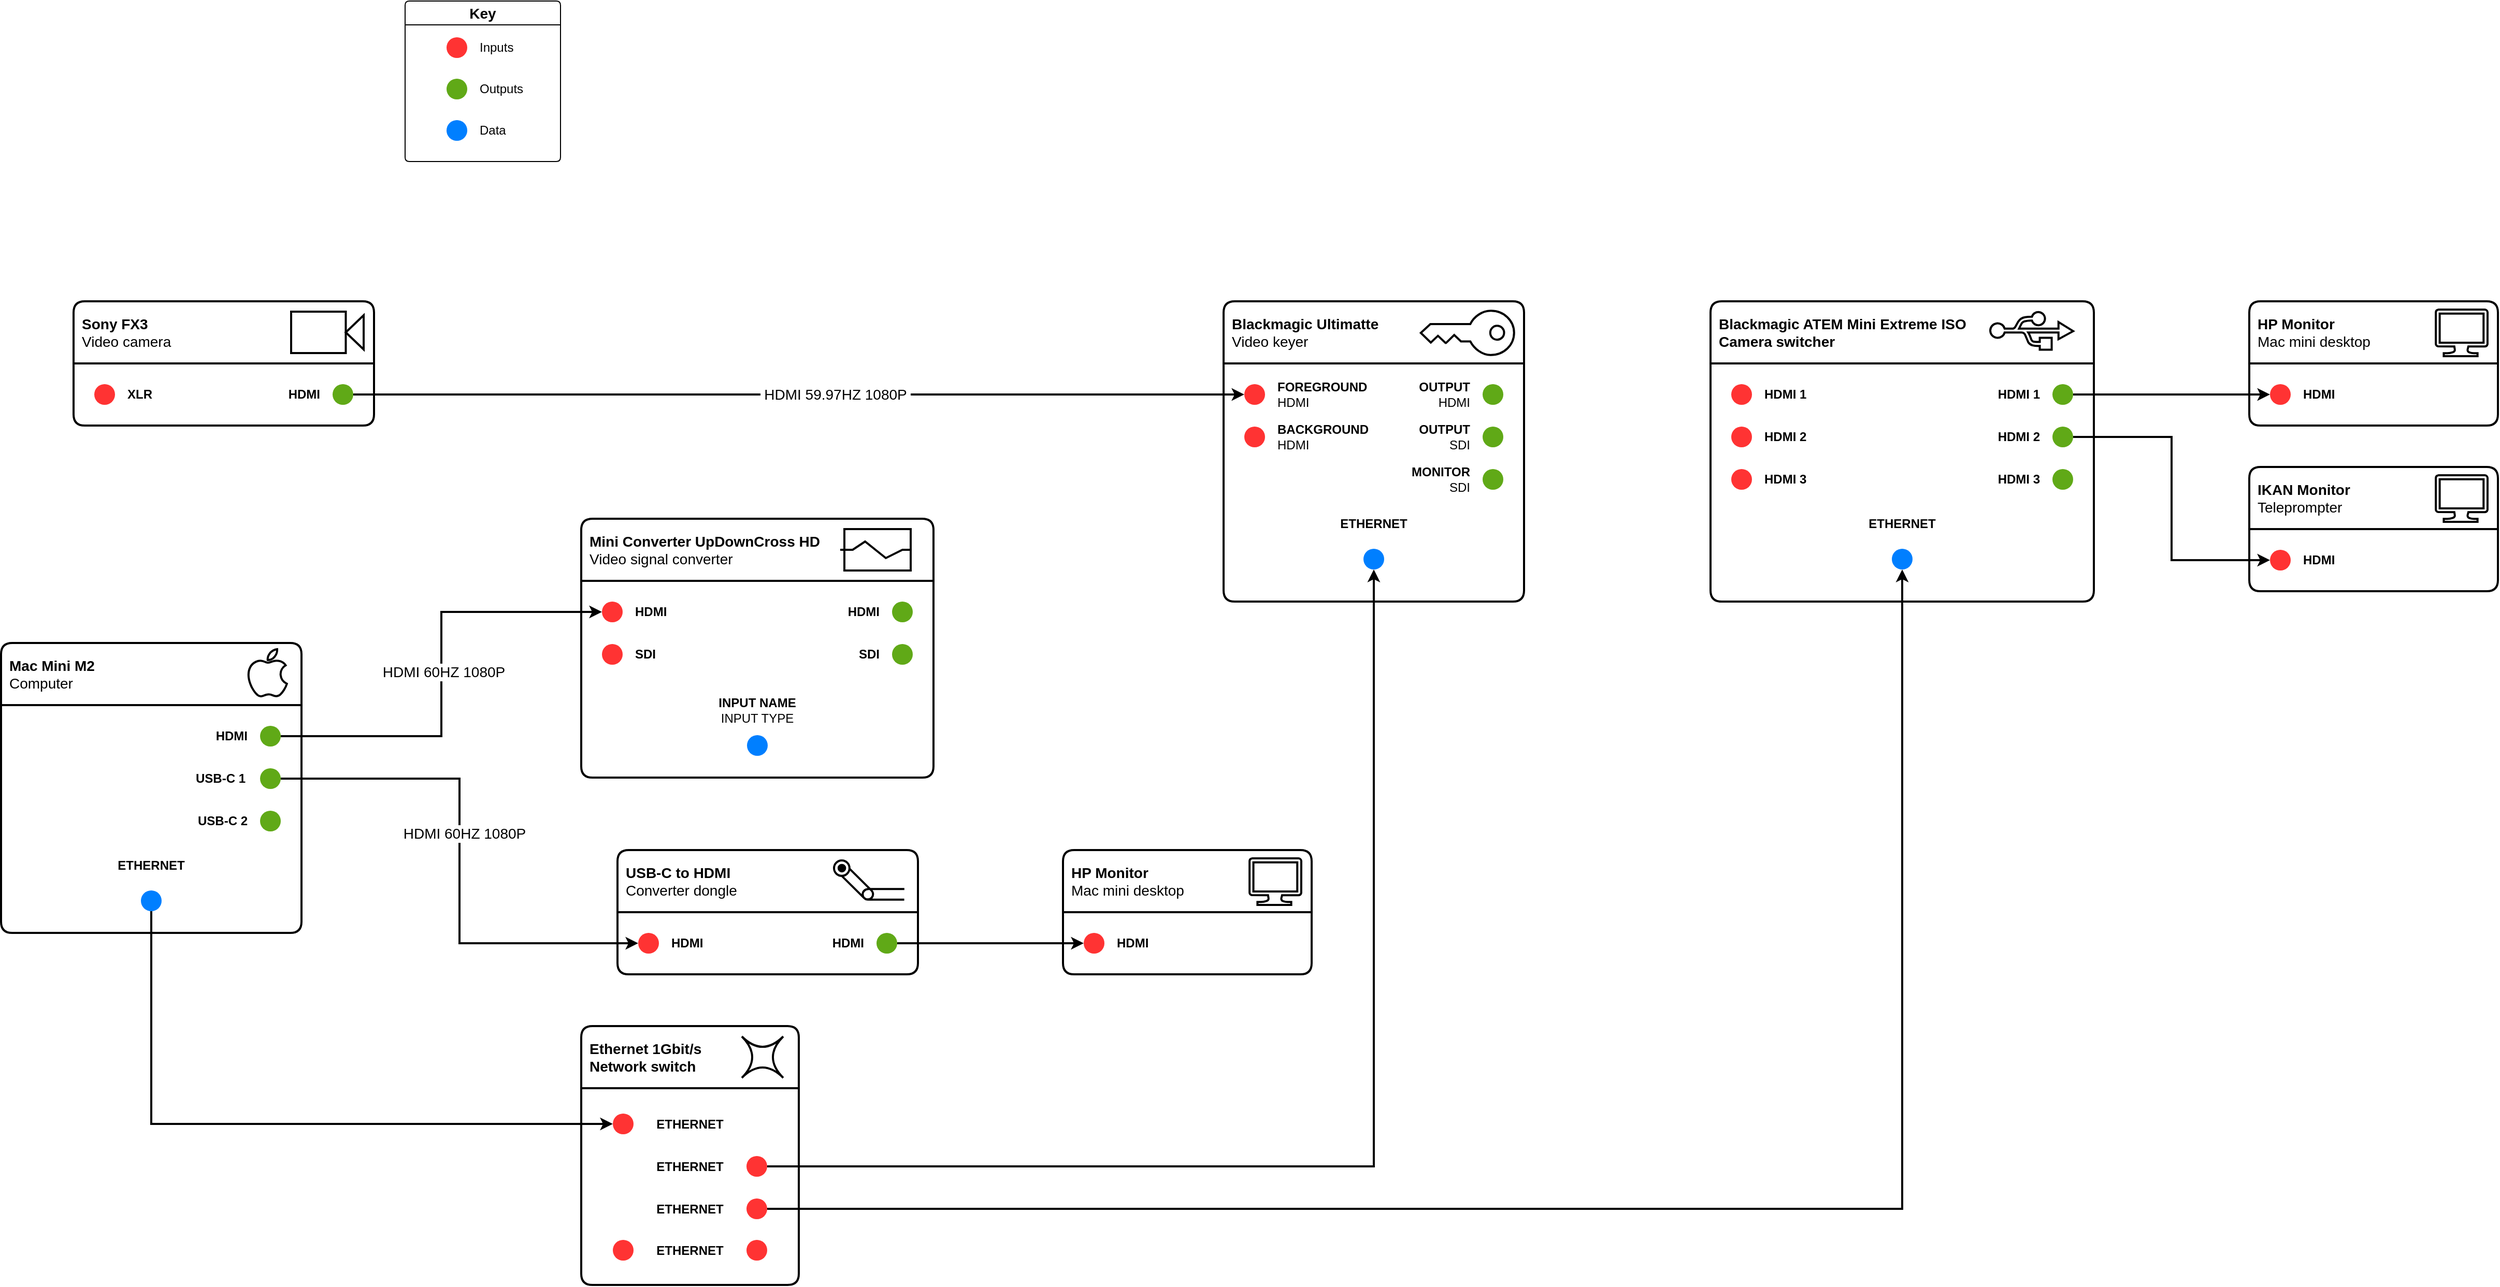
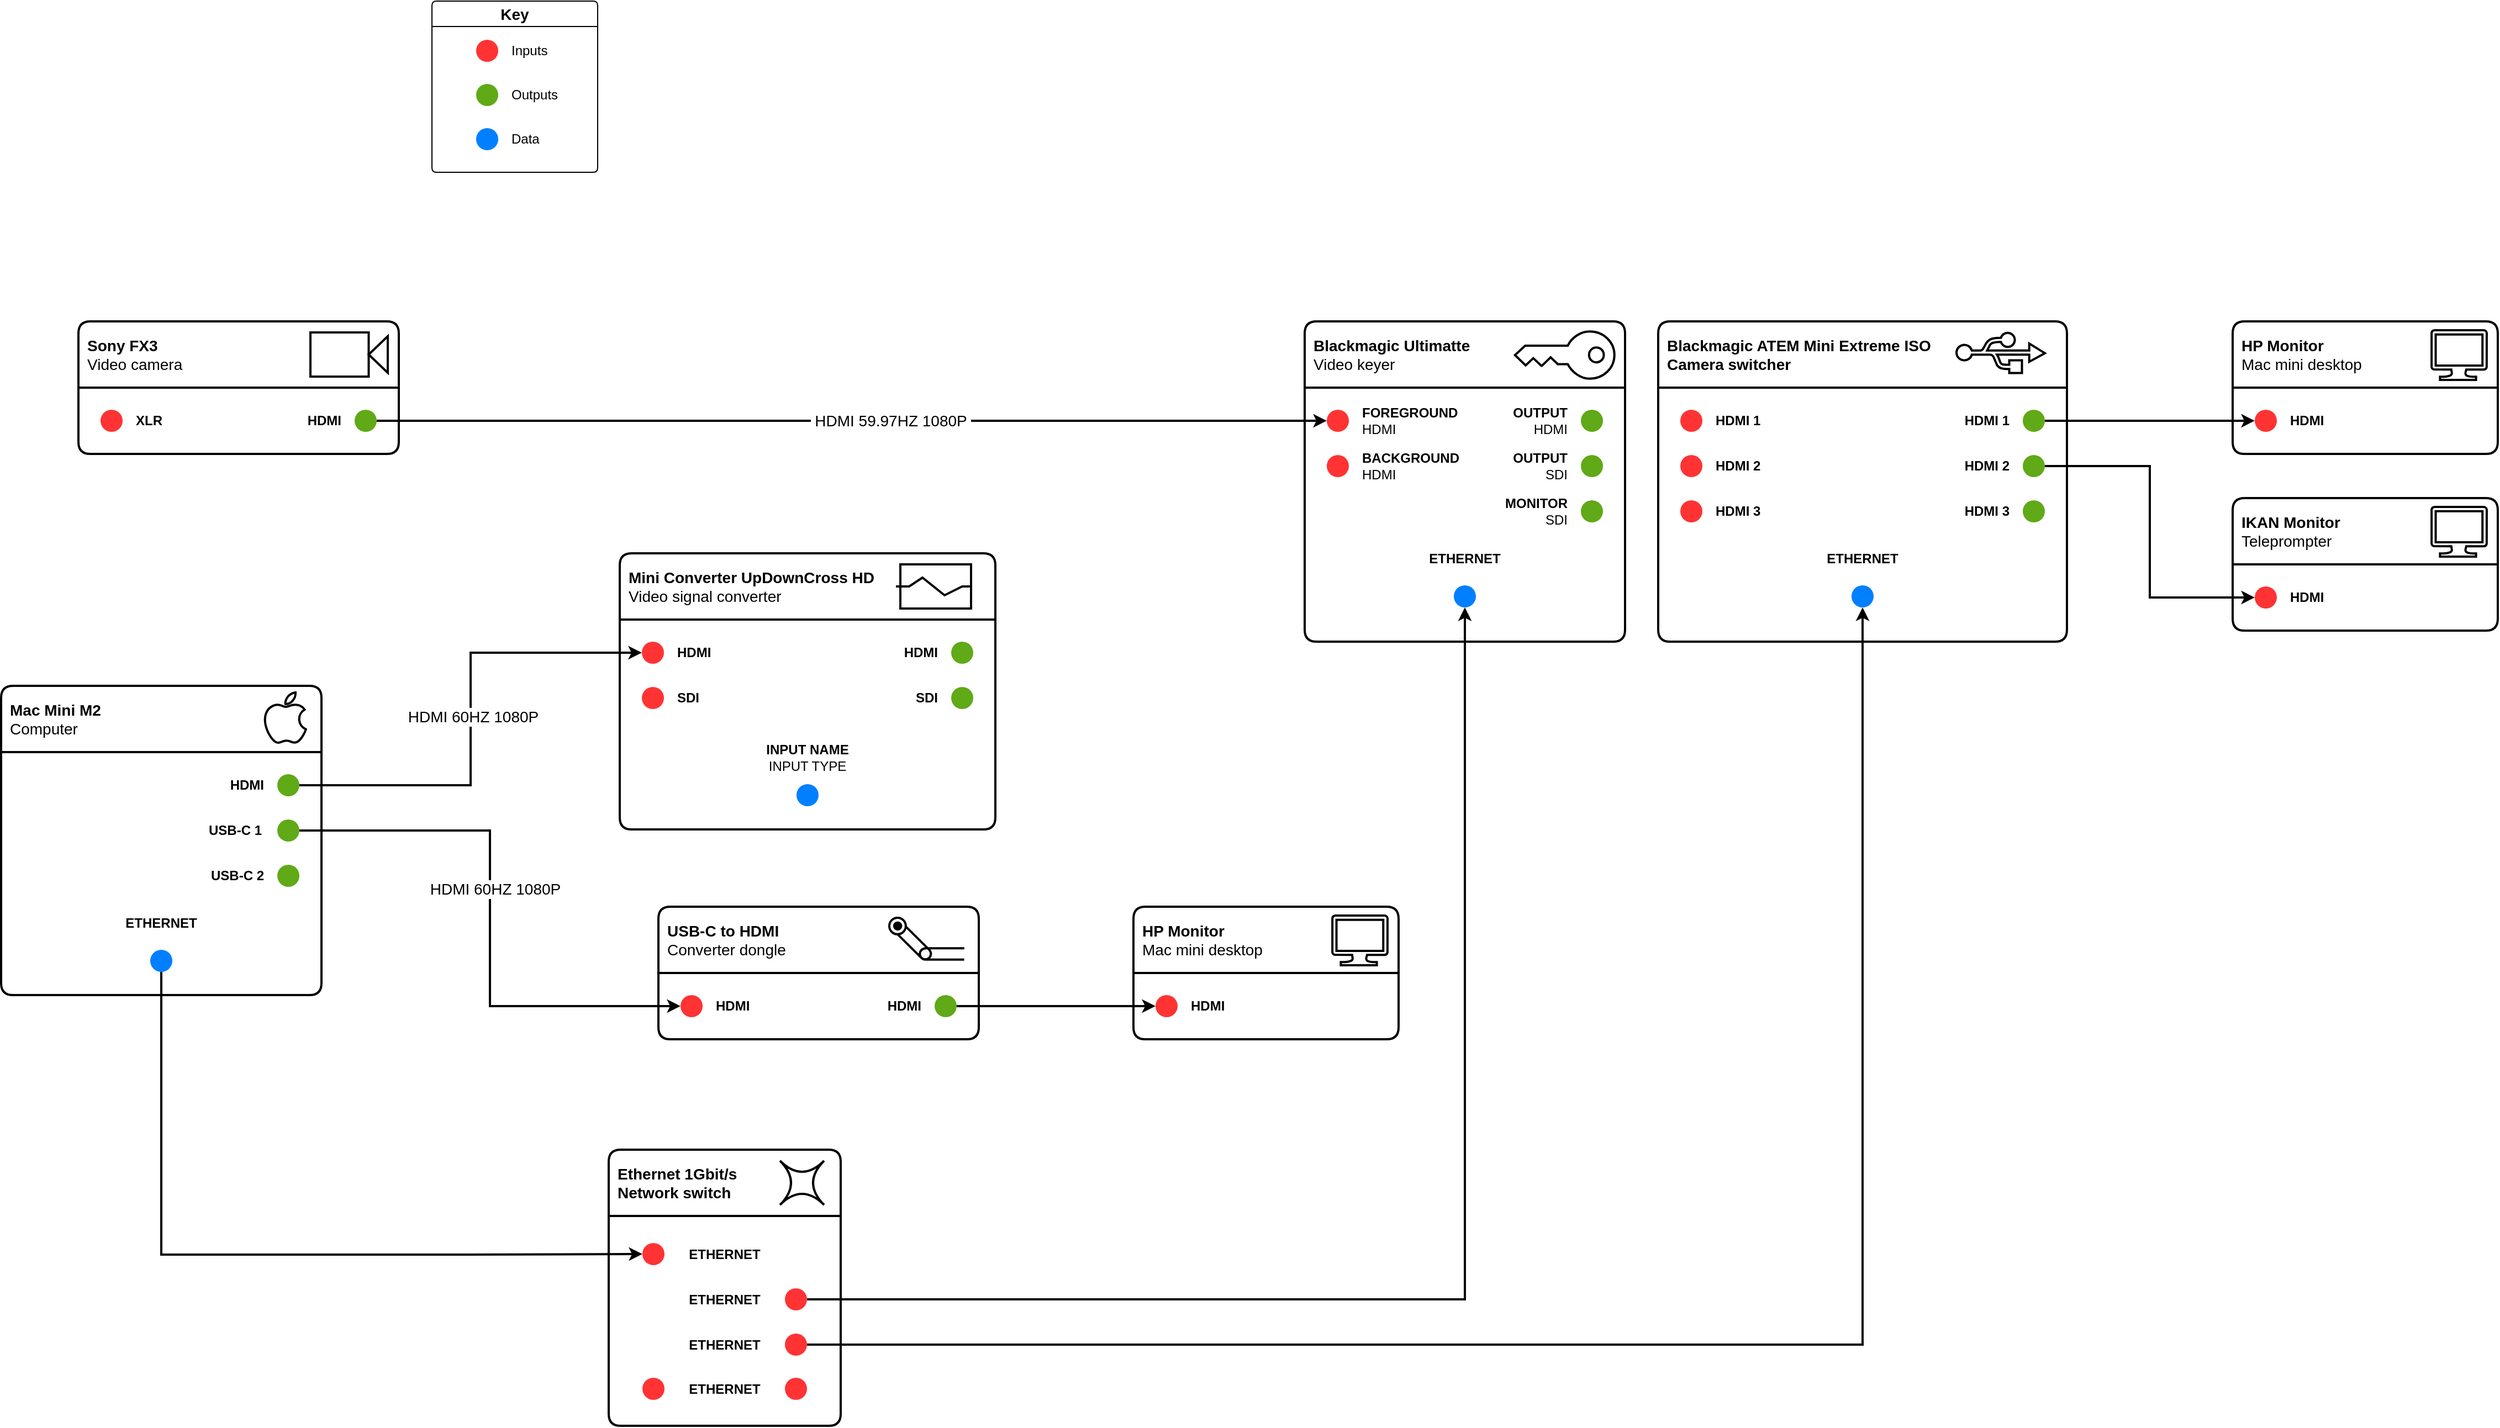
<mxfile host="app.diagrams.net">
  <diagram name="Page-1" id="FgFW1MfRpHRbAZnw0JzE">
-     <mxGraphModel dx="1544" dy="1508" grid="1" gridSize="10" guides="1" tooltips="1" connect="1" arrows="1" fold="1" page="0" pageScale="1" pageWidth="1654" pageHeight="1169" math="0" shadow="0">
+     <mxGraphModel dx="2376" dy="2315" grid="1" gridSize="10" guides="1" tooltips="1" connect="1" arrows="1" fold="1" page="0" pageScale="1" pageWidth="1654" pageHeight="1169" math="0" shadow="0">
      <root>
        <mxCell id="0" />
        <mxCell id="1" parent="0" />
        <UserObject label="&lt;div&gt;Sony FX3&lt;/div&gt;&lt;div&gt;&lt;span style=&quot;font-weight: normal;&quot;&gt;Video camera&lt;/span&gt;&lt;/div&gt;" link="https://www.sony.com.au/electronics/interchangeable-lens-cameras/ilme-fx3a" id="s20b6Gskkq0xSbLsb2Lf-1">
          <mxCell parent="1" style="swimlane;whiteSpace=wrap;html=1;startSize=60;perimeterSpacing=0;rounded=1;arcSize=6;align=left;spacingLeft=6;swimlaneFillColor=default;strokeWidth=2;fontSize=14;spacingBottom=0;" vertex="1">
            <mxGeometry height="120" width="290" x="-10" y="240" as="geometry">
              <mxRectangle height="60" width="200" x="330" y="280" as="alternateBounds" />
            </mxGeometry>
          </mxCell>
        </UserObject>
        <mxCell id="BUdtJf7oYrrgdLHHiytK-1" parent="s20b6Gskkq0xSbLsb2Lf-1" style="shape=mxgraph.signs.tech.video_camera;html=1;pointerEvents=1;fillColor=none;strokeColor=default;verticalLabelPosition=bottom;verticalAlign=top;align=center;strokeWidth=2;" value="" vertex="1">
          <mxGeometry height="40" width="70" x="210" y="10" as="geometry" />
        </mxCell>
        <mxCell id="BUdtJf7oYrrgdLHHiytK-2" parent="s20b6Gskkq0xSbLsb2Lf-1" style="ellipse;whiteSpace=wrap;html=1;aspect=fixed;strokeColor=none;fillColor=#60a917;fontColor=#ffffff;" value="" vertex="1">
          <mxGeometry height="20" width="20" x="250" y="80" as="geometry" />
        </mxCell>
        <mxCell id="BUdtJf7oYrrgdLHHiytK-13" parent="s20b6Gskkq0xSbLsb2Lf-1" style="ellipse;whiteSpace=wrap;html=1;aspect=fixed;strokeColor=none;fillColor=light-dark(#FF3333,#FF3333);fontColor=#ffffff;fillStyle=auto;" value="" vertex="1">
          <mxGeometry height="20" width="20" x="20" y="80" as="geometry" />
        </mxCell>
        <mxCell id="BUdtJf7oYrrgdLHHiytK-20" parent="s20b6Gskkq0xSbLsb2Lf-1" style="text;html=1;whiteSpace=wrap;strokeColor=none;fillColor=none;align=left;verticalAlign=middle;rounded=0;fontStyle=1" value="XLR" vertex="1">
          <mxGeometry height="14.5" width="30" x="50" y="82.75" as="geometry" />
        </mxCell>
        <mxCell id="BUdtJf7oYrrgdLHHiytK-21" parent="s20b6Gskkq0xSbLsb2Lf-1" style="text;html=1;whiteSpace=wrap;strokeColor=none;fillColor=none;align=right;verticalAlign=middle;rounded=0;" value="&lt;b&gt;HDMI&lt;/b&gt;" vertex="1">
          <mxGeometry height="14.5" width="40" x="200" y="82.75" as="geometry" />
        </mxCell>
        <mxCell id="BUdtJf7oYrrgdLHHiytK-123" parent="1" style="swimlane;whiteSpace=wrap;html=1;rounded=1;arcSize=6;swimlaneFillColor=default;fontSize=14;" value="Key" vertex="1">
          <mxGeometry height="155" width="150" x="310" y="-50" as="geometry" />
        </mxCell>
        <mxCell id="BUdtJf7oYrrgdLHHiytK-115" parent="BUdtJf7oYrrgdLHHiytK-123" style="ellipse;whiteSpace=wrap;html=1;aspect=fixed;strokeColor=none;fillColor=light-dark(#FF3333,#FF3333);fontColor=#ffffff;fillStyle=auto;" value="" vertex="1">
          <mxGeometry height="20" width="20" x="40" y="35" as="geometry" />
        </mxCell>
        <mxCell id="BUdtJf7oYrrgdLHHiytK-119" parent="BUdtJf7oYrrgdLHHiytK-123" style="text;html=1;whiteSpace=wrap;strokeColor=none;fillColor=none;align=left;verticalAlign=middle;rounded=0;" value="Inputs" vertex="1">
          <mxGeometry height="10" width="40" x="70" y="40" as="geometry" />
        </mxCell>
        <mxCell id="BUdtJf7oYrrgdLHHiytK-114" parent="BUdtJf7oYrrgdLHHiytK-123" style="ellipse;whiteSpace=wrap;html=1;aspect=fixed;strokeColor=none;fillColor=#60a917;fontColor=#ffffff;" value="" vertex="1">
          <mxGeometry height="20" width="20" x="40" y="75" as="geometry" />
        </mxCell>
        <mxCell id="BUdtJf7oYrrgdLHHiytK-120" parent="BUdtJf7oYrrgdLHHiytK-123" style="text;html=1;whiteSpace=wrap;strokeColor=none;fillColor=none;align=left;verticalAlign=middle;rounded=0;" value="Outputs" vertex="1">
          <mxGeometry height="10" width="40" x="70" y="80" as="geometry" />
        </mxCell>
        <mxCell id="BUdtJf7oYrrgdLHHiytK-116" parent="BUdtJf7oYrrgdLHHiytK-123" style="ellipse;whiteSpace=wrap;html=1;aspect=fixed;strokeColor=none;fillColor=#007FFF;fontColor=#ffffff;" value="" vertex="1">
          <mxGeometry height="20" width="20" x="40" y="115" as="geometry" />
        </mxCell>
        <mxCell id="BUdtJf7oYrrgdLHHiytK-121" parent="BUdtJf7oYrrgdLHHiytK-123" style="text;html=1;whiteSpace=wrap;strokeColor=none;fillColor=none;align=left;verticalAlign=middle;rounded=0;" value="Data" vertex="1">
          <mxGeometry height="10" width="40" x="70" y="120" as="geometry" />
        </mxCell>
        <UserObject label="&lt;div&gt;Blackmagic Ultimatte&lt;/div&gt;&lt;div&gt;&lt;span style=&quot;font-weight: normal;&quot;&gt;Video keyer&lt;/span&gt;&lt;/div&gt;" link="https://www.videocraft.com.au/products/blackmagic-design-ultimatte-12-hd-keyer-advanced-compositing-processor" id="BUdtJf7oYrrgdLHHiytK-160">
          <mxCell parent="1" style="swimlane;whiteSpace=wrap;html=1;startSize=60;perimeterSpacing=0;rounded=1;arcSize=6;align=left;spacingLeft=6;swimlaneFillColor=default;strokeWidth=2;fontSize=14;" vertex="1">
            <mxGeometry height="290" width="290" x="1100" y="240" as="geometry">
              <mxRectangle height="60" width="200" x="330" y="280" as="alternateBounds" />
            </mxGeometry>
          </mxCell>
        </UserObject>
        <mxCell id="BUdtJf7oYrrgdLHHiytK-162" parent="BUdtJf7oYrrgdLHHiytK-160" style="ellipse;whiteSpace=wrap;html=1;aspect=fixed;strokeColor=none;fillColor=#60a917;fontColor=#ffffff;" value="" vertex="1">
          <mxGeometry height="20" width="20" x="250" y="80" as="geometry" />
        </mxCell>
        <mxCell id="BUdtJf7oYrrgdLHHiytK-163" parent="BUdtJf7oYrrgdLHHiytK-160" style="ellipse;whiteSpace=wrap;html=1;aspect=fixed;strokeColor=none;fillColor=#60a917;fontColor=#ffffff;" value="" vertex="1">
          <mxGeometry height="20" width="20" x="250" y="121" as="geometry" />
        </mxCell>
        <mxCell id="BUdtJf7oYrrgdLHHiytK-164" parent="BUdtJf7oYrrgdLHHiytK-160" style="ellipse;whiteSpace=wrap;html=1;aspect=fixed;strokeColor=none;fillColor=#60a917;fontColor=#ffffff;" value="" vertex="1">
          <mxGeometry height="20" width="20" x="250" y="162" as="geometry" />
        </mxCell>
        <mxCell id="BUdtJf7oYrrgdLHHiytK-169" parent="BUdtJf7oYrrgdLHHiytK-160" style="ellipse;whiteSpace=wrap;html=1;aspect=fixed;strokeColor=none;fillColor=light-dark(#FF3333,#FF3333);fontColor=#ffffff;fillStyle=auto;" value="" vertex="1">
          <mxGeometry height="20" width="20" x="20" y="80" as="geometry" />
        </mxCell>
        <mxCell id="BUdtJf7oYrrgdLHHiytK-170" parent="BUdtJf7oYrrgdLHHiytK-160" style="ellipse;whiteSpace=wrap;html=1;aspect=fixed;strokeColor=none;fillColor=light-dark(#FF3333,#FF3333);fontColor=#ffffff;" value="" vertex="1">
          <mxGeometry height="20" width="20" x="20" y="121" as="geometry" />
        </mxCell>
        <mxCell id="BUdtJf7oYrrgdLHHiytK-176" parent="BUdtJf7oYrrgdLHHiytK-160" style="text;html=1;whiteSpace=wrap;strokeColor=none;fillColor=none;align=left;verticalAlign=middle;rounded=0;" value="&lt;div&gt;&lt;b&gt;FOREGROUND&lt;/b&gt;&lt;/div&gt;&lt;div&gt;HDMI&lt;/div&gt;" vertex="1">
          <mxGeometry height="29" width="90" x="50" y="75.5" as="geometry" />
        </mxCell>
        <mxCell id="BUdtJf7oYrrgdLHHiytK-177" parent="BUdtJf7oYrrgdLHHiytK-160" style="text;html=1;whiteSpace=wrap;strokeColor=none;fillColor=none;align=right;verticalAlign=middle;rounded=0;" value="&lt;div&gt;&lt;b&gt;OUTPUT&lt;/b&gt;&lt;/div&gt;&lt;div&gt;HDMI&lt;/div&gt;" vertex="1">
          <mxGeometry height="29" width="90" x="150" y="75.5" as="geometry" />
        </mxCell>
        <mxCell id="BUdtJf7oYrrgdLHHiytK-178" parent="BUdtJf7oYrrgdLHHiytK-160" style="text;html=1;whiteSpace=wrap;strokeColor=none;fillColor=none;align=left;verticalAlign=middle;rounded=0;" value="&lt;div&gt;&lt;b&gt;BACKGROUND&lt;/b&gt;&lt;/div&gt;&lt;div&gt;HDMI&lt;/div&gt;" vertex="1">
          <mxGeometry height="29" width="90" x="50" y="116.5" as="geometry" />
        </mxCell>
        <mxCell id="BUdtJf7oYrrgdLHHiytK-179" parent="BUdtJf7oYrrgdLHHiytK-160" style="text;html=1;whiteSpace=wrap;strokeColor=none;fillColor=none;align=right;verticalAlign=middle;rounded=0;" value="&lt;div&gt;&lt;b&gt;OUTPUT&lt;/b&gt;&lt;/div&gt;&lt;div&gt;SDI&lt;/div&gt;" vertex="1">
          <mxGeometry height="29" width="90" x="150" y="116.5" as="geometry" />
        </mxCell>
        <mxCell id="BUdtJf7oYrrgdLHHiytK-181" parent="BUdtJf7oYrrgdLHHiytK-160" style="text;html=1;whiteSpace=wrap;strokeColor=none;fillColor=none;align=right;verticalAlign=middle;rounded=0;" value="&lt;div&gt;&lt;b&gt;MONITOR&lt;/b&gt;&lt;/div&gt;&lt;div&gt;SDI&lt;/div&gt;" vertex="1">
          <mxGeometry height="29" width="90" x="150" y="157.5" as="geometry" />
        </mxCell>
        <mxCell id="BUdtJf7oYrrgdLHHiytK-194" parent="BUdtJf7oYrrgdLHHiytK-160" style="text;html=1;whiteSpace=wrap;strokeColor=none;fillColor=none;align=center;verticalAlign=middle;rounded=0;fontStyle=1" value="ETHERNET" vertex="1">
          <mxGeometry height="29" width="90" x="100" y="200" as="geometry" />
        </mxCell>
        <mxCell id="BUdtJf7oYrrgdLHHiytK-195" parent="BUdtJf7oYrrgdLHHiytK-160" style="ellipse;whiteSpace=wrap;html=1;aspect=fixed;strokeColor=none;fillColor=#007FFF;fontColor=#ffffff;" value="" vertex="1">
          <mxGeometry height="20" width="20" x="135" y="239" as="geometry" />
        </mxCell>
        <mxCell id="BUdtJf7oYrrgdLHHiytK-196" parent="BUdtJf7oYrrgdLHHiytK-160" style="sketch=0;pointerEvents=1;shadow=0;dashed=0;html=1;strokeColor=default;fillColor=none;labelPosition=center;verticalLabelPosition=bottom;verticalAlign=top;outlineConnect=0;align=center;shape=mxgraph.office.security.key_permissions;rotation=90;strokeWidth=2;" value="" vertex="1">
          <mxGeometry height="90" width="42.75" x="214" y="-14.5" as="geometry" />
        </mxCell>
        <mxCell id="BUdtJf7oYrrgdLHHiytK-197" edge="1" parent="1" source="BUdtJf7oYrrgdLHHiytK-2" style="edgeStyle=orthogonalEdgeStyle;rounded=0;orthogonalLoop=1;jettySize=auto;html=1;entryX=0;entryY=0.5;entryDx=0;entryDy=0;endArrow=classic;endFill=1;strokeWidth=2;" target="BUdtJf7oYrrgdLHHiytK-169">
          <mxGeometry relative="1" as="geometry" />
        </mxCell>
        <mxCell id="BUdtJf7oYrrgdLHHiytK-201" connectable="0" parent="BUdtJf7oYrrgdLHHiytK-197" style="edgeLabel;html=1;align=center;verticalAlign=middle;resizable=0;points=[];fontSize=14;" value="&amp;nbsp;HDMI 59.97HZ 1080P&amp;nbsp;" vertex="1">
          <mxGeometry relative="1" x="0.0813" as="geometry">
            <mxPoint as="offset" />
          </mxGeometry>
        </mxCell>
        <UserObject label="&lt;div&gt;Mac Mini M2&lt;/div&gt;&lt;div&gt;&lt;span style=&quot;font-weight: normal;&quot;&gt;Computer&lt;/span&gt;&lt;/div&gt;" link="https://support.apple.com/en-au/111837" id="BUdtJf7oYrrgdLHHiytK-202">
-           <mxCell parent="1" style="swimlane;whiteSpace=wrap;html=1;startSize=60;perimeterSpacing=0;rounded=1;arcSize=6;align=left;spacingLeft=6;swimlaneFillColor=default;strokeWidth=2;fontSize=14;" vertex="1">
+           <mxCell parent="1" style="swimlane;whiteSpace=wrap;html=1;startSize=60;perimeterSpacing=0;rounded=1;arcSize=6;align=left;spacingLeft=6;swimlaneFillColor=default;strokeWidth=2;fontSize=14;noLabel=0;" vertex="1">
            <mxGeometry height="280" width="290" x="-80" y="570" as="geometry">
              <mxRectangle height="60" width="200" x="330" y="280" as="alternateBounds" />
            </mxGeometry>
          </mxCell>
        </UserObject>
        <mxCell id="BUdtJf7oYrrgdLHHiytK-204" parent="BUdtJf7oYrrgdLHHiytK-202" style="ellipse;whiteSpace=wrap;html=1;aspect=fixed;strokeColor=none;fillColor=#60a917;fontColor=#ffffff;" value="" vertex="1">
          <mxGeometry height="20" width="20" x="250" y="80" as="geometry" />
        </mxCell>
        <mxCell id="BUdtJf7oYrrgdLHHiytK-205" parent="BUdtJf7oYrrgdLHHiytK-202" style="ellipse;whiteSpace=wrap;html=1;aspect=fixed;strokeColor=none;fillColor=#60a917;fontColor=#ffffff;" value="" vertex="1">
          <mxGeometry height="20" width="20" x="250" y="121" as="geometry" />
        </mxCell>
        <mxCell id="BUdtJf7oYrrgdLHHiytK-206" parent="BUdtJf7oYrrgdLHHiytK-202" style="ellipse;whiteSpace=wrap;html=1;aspect=fixed;strokeColor=none;fillColor=#60a917;fontColor=#ffffff;" value="" vertex="1">
          <mxGeometry height="20" width="20" x="250" y="162" as="geometry" />
        </mxCell>
        <mxCell id="BUdtJf7oYrrgdLHHiytK-219" parent="BUdtJf7oYrrgdLHHiytK-202" style="text;html=1;whiteSpace=wrap;strokeColor=none;fillColor=none;align=right;verticalAlign=middle;rounded=0;" value="&lt;b&gt;HDMI&lt;/b&gt;" vertex="1">
          <mxGeometry height="14.5" width="40" x="200" y="82.75" as="geometry" />
        </mxCell>
        <mxCell id="BUdtJf7oYrrgdLHHiytK-221" parent="BUdtJf7oYrrgdLHHiytK-202" style="text;html=1;whiteSpace=wrap;strokeColor=none;fillColor=none;align=right;verticalAlign=middle;rounded=0;fontStyle=1" value="USB-C 1" vertex="1">
          <mxGeometry height="13.5" width="50" x="188.08" y="124.25" as="geometry" />
        </mxCell>
        <mxCell id="BUdtJf7oYrrgdLHHiytK-236" parent="BUdtJf7oYrrgdLHHiytK-202" style="text;html=1;whiteSpace=wrap;strokeColor=none;fillColor=none;align=center;verticalAlign=middle;rounded=0;fontStyle=1" value="ETHERNET" vertex="1">
          <mxGeometry height="29" width="90" x="100" y="200" as="geometry" />
        </mxCell>
        <mxCell id="BUdtJf7oYrrgdLHHiytK-237" parent="BUdtJf7oYrrgdLHHiytK-202" style="ellipse;whiteSpace=wrap;html=1;aspect=fixed;strokeColor=none;fillColor=#007FFF;fontColor=#ffffff;" value="" vertex="1">
          <mxGeometry height="20" width="20" x="135" y="239" as="geometry" />
        </mxCell>
        <mxCell id="BUdtJf7oYrrgdLHHiytK-238" parent="BUdtJf7oYrrgdLHHiytK-202" style="dashed=0;outlineConnect=0;html=1;align=center;labelPosition=center;verticalLabelPosition=bottom;verticalAlign=top;shape=mxgraph.weblogos.apple;fillColor=none;strokeColor=default;strokeWidth=2;" value="" vertex="1">
          <mxGeometry height="46.2" width="37.83" x="238.07999999999998" y="6" as="geometry" />
        </mxCell>
        <mxCell id="BUdtJf7oYrrgdLHHiytK-240" parent="BUdtJf7oYrrgdLHHiytK-202" style="text;html=1;whiteSpace=wrap;strokeColor=none;fillColor=none;align=right;verticalAlign=middle;rounded=0;fontStyle=1" value="USB-C 2" vertex="1">
          <mxGeometry height="13.5" width="50" x="189.99999999999997" y="165.25" as="geometry" />
        </mxCell>
        <UserObject label="&lt;div&gt;Mini Converter UpDownCross HD&lt;/div&gt;&lt;div&gt;&lt;span style=&quot;font-weight: normal;&quot;&gt;Video signal converter&lt;/span&gt;&lt;/div&gt;" link="https://proavexpress.com.au/blackmagic-mini-converter-up-down-cross-hd/" id="BUdtJf7oYrrgdLHHiytK-243">
          <mxCell parent="1" style="swimlane;whiteSpace=wrap;html=1;startSize=60;perimeterSpacing=0;rounded=1;arcSize=6;align=left;spacingLeft=6;swimlaneFillColor=default;strokeWidth=2;fontSize=14;" vertex="1">
            <mxGeometry height="250" width="340" x="480" y="450" as="geometry">
              <mxRectangle height="60" width="200" x="330" y="280" as="alternateBounds" />
            </mxGeometry>
          </mxCell>
        </UserObject>
        <mxCell id="BUdtJf7oYrrgdLHHiytK-245" parent="BUdtJf7oYrrgdLHHiytK-243" style="ellipse;whiteSpace=wrap;html=1;aspect=fixed;strokeColor=none;fillColor=#60a917;fontColor=#ffffff;" value="" vertex="1">
          <mxGeometry height="20" width="20" x="300" y="80" as="geometry" />
        </mxCell>
        <mxCell id="BUdtJf7oYrrgdLHHiytK-246" parent="BUdtJf7oYrrgdLHHiytK-243" style="ellipse;whiteSpace=wrap;html=1;aspect=fixed;strokeColor=none;fillColor=#60a917;fontColor=#ffffff;" value="" vertex="1">
          <mxGeometry height="20" width="20" x="300" y="121" as="geometry" />
        </mxCell>
        <mxCell id="BUdtJf7oYrrgdLHHiytK-252" parent="BUdtJf7oYrrgdLHHiytK-243" style="ellipse;whiteSpace=wrap;html=1;aspect=fixed;strokeColor=none;fillColor=light-dark(#FF3333,#FF3333);fontColor=#ffffff;fillStyle=auto;" value="" vertex="1">
          <mxGeometry height="20" width="20" x="20" y="80" as="geometry" />
        </mxCell>
        <mxCell id="BUdtJf7oYrrgdLHHiytK-253" parent="BUdtJf7oYrrgdLHHiytK-243" style="ellipse;whiteSpace=wrap;html=1;aspect=fixed;strokeColor=none;fillColor=light-dark(#FF3333,#FF3333);fontColor=#ffffff;" value="" vertex="1">
          <mxGeometry height="20" width="20" x="20" y="121" as="geometry" />
        </mxCell>
        <mxCell id="BUdtJf7oYrrgdLHHiytK-259" parent="BUdtJf7oYrrgdLHHiytK-243" style="text;html=1;whiteSpace=wrap;strokeColor=none;fillColor=none;align=left;verticalAlign=middle;rounded=0;fontStyle=1" value="HDMI" vertex="1">
          <mxGeometry height="10" width="50" x="50" y="85" as="geometry" />
        </mxCell>
        <mxCell id="BUdtJf7oYrrgdLHHiytK-260" parent="BUdtJf7oYrrgdLHHiytK-243" style="text;html=1;whiteSpace=wrap;strokeColor=none;fillColor=none;align=right;verticalAlign=middle;rounded=0;fontStyle=1" value="HDMI" vertex="1">
          <mxGeometry height="10" width="70" x="220" y="85" as="geometry" />
        </mxCell>
        <mxCell id="BUdtJf7oYrrgdLHHiytK-277" parent="BUdtJf7oYrrgdLHHiytK-243" style="text;html=1;whiteSpace=wrap;strokeColor=none;fillColor=none;align=center;verticalAlign=middle;rounded=0;" value="&lt;div&gt;&lt;b&gt;INPUT NAME&lt;/b&gt;&lt;/div&gt;&lt;div&gt;INPUT TYPE&lt;/div&gt;" vertex="1">
          <mxGeometry height="29" width="90" x="125" y="170" as="geometry" />
        </mxCell>
        <mxCell id="BUdtJf7oYrrgdLHHiytK-278" parent="BUdtJf7oYrrgdLHHiytK-243" style="ellipse;whiteSpace=wrap;html=1;aspect=fixed;strokeColor=none;fillColor=#007FFF;fontColor=#ffffff;" value="" vertex="1">
          <mxGeometry height="20" width="20" x="160" y="209" as="geometry" />
        </mxCell>
        <mxCell id="BUdtJf7oYrrgdLHHiytK-279" parent="BUdtJf7oYrrgdLHHiytK-243" style="shape=mxgraph.pid.mixers.kneader;html=1;pointerEvents=1;align=center;verticalLabelPosition=bottom;verticalAlign=top;dashed=0;fillColor=none;strokeWidth=2;" value="" vertex="1">
          <mxGeometry height="40" width="68" x="250" y="10" as="geometry" />
        </mxCell>
        <mxCell id="BUdtJf7oYrrgdLHHiytK-280" parent="BUdtJf7oYrrgdLHHiytK-243" style="text;html=1;whiteSpace=wrap;strokeColor=none;fillColor=none;align=left;verticalAlign=middle;rounded=0;fontStyle=1" value="SDI" vertex="1">
          <mxGeometry height="10" width="50" x="50" y="126" as="geometry" />
        </mxCell>
        <mxCell id="BUdtJf7oYrrgdLHHiytK-281" parent="BUdtJf7oYrrgdLHHiytK-243" style="text;html=1;whiteSpace=wrap;strokeColor=none;fillColor=none;align=right;verticalAlign=middle;rounded=0;fontStyle=1" value="SDI" vertex="1">
          <mxGeometry height="10" width="70" x="220" y="126" as="geometry" />
        </mxCell>
        <mxCell id="BUdtJf7oYrrgdLHHiytK-282" edge="1" parent="1" source="BUdtJf7oYrrgdLHHiytK-204" style="edgeStyle=orthogonalEdgeStyle;rounded=0;orthogonalLoop=1;jettySize=auto;html=1;entryX=0;entryY=0.5;entryDx=0;entryDy=0;fontFamily=Helvetica;fontSize=14;fontColor=default;labelBackgroundColor=default;resizable=0;strokeWidth=2;" target="BUdtJf7oYrrgdLHHiytK-252">
          <mxGeometry relative="1" as="geometry" />
        </mxCell>
        <mxCell id="BUdtJf7oYrrgdLHHiytK-283" connectable="0" parent="BUdtJf7oYrrgdLHHiytK-282" style="edgeLabel;html=1;align=center;verticalAlign=middle;resizable=0;points=[];fontFamily=Helvetica;fontSize=14;fontColor=default;labelBackgroundColor=default;" value="&amp;nbsp;HDMI 60HZ 1080P&amp;nbsp;" vertex="1">
          <mxGeometry relative="1" x="0.0203" y="2" as="geometry">
            <mxPoint x="4" y="2" as="offset" />
          </mxGeometry>
        </mxCell>
        <UserObject label="&lt;div&gt;USB-C to HDMI&lt;/div&gt;&lt;div&gt;&lt;span style=&quot;font-weight: normal;&quot;&gt;Converter dongle&lt;/span&gt;&lt;/div&gt;" id="BUdtJf7oYrrgdLHHiytK-284">
          <mxCell parent="1" style="swimlane;whiteSpace=wrap;html=1;startSize=60;perimeterSpacing=0;rounded=1;arcSize=6;align=left;spacingLeft=6;swimlaneFillColor=default;strokeWidth=2;fontSize=14;" vertex="1">
            <mxGeometry height="120" width="290" x="515" y="770" as="geometry">
              <mxRectangle height="60" width="200" x="330" y="280" as="alternateBounds" />
            </mxGeometry>
          </mxCell>
        </UserObject>
        <mxCell id="BUdtJf7oYrrgdLHHiytK-285" parent="BUdtJf7oYrrgdLHHiytK-284" style="ellipse;whiteSpace=wrap;html=1;aspect=fixed;strokeColor=none;fillColor=#60a917;fontColor=#ffffff;" value="" vertex="1">
          <mxGeometry height="20" width="20" x="250" y="80" as="geometry" />
        </mxCell>
        <mxCell id="BUdtJf7oYrrgdLHHiytK-288" parent="BUdtJf7oYrrgdLHHiytK-284" style="text;html=1;whiteSpace=wrap;strokeColor=none;fillColor=none;align=right;verticalAlign=middle;rounded=0;" value="&lt;b&gt;HDMI&lt;/b&gt;" vertex="1">
          <mxGeometry height="14.5" width="70" x="170" y="82.75" as="geometry" />
        </mxCell>
        <mxCell id="BUdtJf7oYrrgdLHHiytK-297" parent="BUdtJf7oYrrgdLHHiytK-284" style="ellipse;whiteSpace=wrap;html=1;aspect=fixed;strokeColor=none;fillColor=light-dark(#FF3333,#FF3333);fontColor=#ffffff;fillStyle=auto;" value="" vertex="1">
          <mxGeometry height="20" width="20" x="20" y="80" as="geometry" />
        </mxCell>
        <mxCell id="BUdtJf7oYrrgdLHHiytK-298" parent="BUdtJf7oYrrgdLHHiytK-284" style="text;html=1;whiteSpace=wrap;strokeColor=none;fillColor=none;align=left;verticalAlign=middle;rounded=0;fontStyle=1" value="HDMI" vertex="1">
          <mxGeometry height="10" width="50" x="50" y="85" as="geometry" />
        </mxCell>
        <mxCell id="BUdtJf7oYrrgdLHHiytK-295" parent="BUdtJf7oYrrgdLHHiytK-284" style="verticalLabelPosition=bottom;aspect=fixed;html=1;verticalAlign=top;fillColor=strokeColor;align=center;outlineConnect=0;shape=mxgraph.fluid_power.x10060;points=[[1,0.72,0],[1,1,0]];strokeWidth=2;" value="" vertex="1">
          <mxGeometry height="38.38" width="67.9" x="209" y="10" as="geometry" />
        </mxCell>
        <mxCell id="BUdtJf7oYrrgdLHHiytK-299" edge="1" parent="1" source="BUdtJf7oYrrgdLHHiytK-205" style="edgeStyle=orthogonalEdgeStyle;shape=connector;rounded=0;orthogonalLoop=1;jettySize=auto;html=1;entryX=0;entryY=0.5;entryDx=0;entryDy=0;strokeColor=default;strokeWidth=2;align=center;verticalAlign=middle;fontFamily=Helvetica;fontSize=11;fontColor=default;labelBackgroundColor=default;endArrow=classic;endFill=1;" target="BUdtJf7oYrrgdLHHiytK-297">
          <mxGeometry relative="1" as="geometry" />
        </mxCell>
        <mxCell id="BUdtJf7oYrrgdLHHiytK-300" connectable="0" parent="BUdtJf7oYrrgdLHHiytK-299" style="edgeLabel;html=1;align=center;verticalAlign=middle;resizable=0;points=[];fontFamily=Helvetica;fontSize=14;fontColor=default;labelBackgroundColor=default;" value="&amp;nbsp;HDMI 60HZ 1080P&amp;nbsp;" vertex="1">
          <mxGeometry relative="1" x="-0.1035" y="4" as="geometry">
            <mxPoint y="-1" as="offset" />
          </mxGeometry>
        </mxCell>
        <UserObject label="&lt;div&gt;Ethernet 1Gbit/s&lt;/div&gt;&lt;div&gt;Network switch&lt;/div&gt;" id="BUdtJf7oYrrgdLHHiytK-301">
          <mxCell parent="1" style="swimlane;whiteSpace=wrap;html=1;startSize=60;perimeterSpacing=0;rounded=1;arcSize=6;align=left;spacingLeft=6;swimlaneFillColor=default;strokeWidth=2;fontSize=14;" vertex="1">
-             <mxGeometry height="250" width="210" x="480" y="940" as="geometry">
+             <mxGeometry height="250" width="210" x="470" y="990" as="geometry">
              <mxRectangle height="60" width="200" x="330" y="280" as="alternateBounds" />
            </mxGeometry>
          </mxCell>
        </UserObject>
        <mxCell id="BUdtJf7oYrrgdLHHiytK-310" parent="BUdtJf7oYrrgdLHHiytK-301" style="ellipse;whiteSpace=wrap;html=1;aspect=fixed;strokeColor=none;fillColor=light-dark(#FF3333,#007FFF);fontColor=light-dark(#FFFFFF,#007FFF);fillStyle=auto;" value="" vertex="1">
          <mxGeometry height="20" width="20" x="30.5" y="84.5" as="geometry" />
        </mxCell>
        <mxCell id="BUdtJf7oYrrgdLHHiytK-313" parent="BUdtJf7oYrrgdLHHiytK-301" style="ellipse;whiteSpace=wrap;html=1;aspect=fixed;strokeColor=none;fillColor=light-dark(#FF3333,#007FFF);fontColor=light-dark(#FFFFFF,#007FFF);" value="" vertex="1">
          <mxGeometry height="20" width="20" x="30.5" y="206.5" as="geometry" />
        </mxCell>
        <mxCell id="BUdtJf7oYrrgdLHHiytK-317" parent="BUdtJf7oYrrgdLHHiytK-301" style="text;html=1;whiteSpace=wrap;strokeColor=none;fillColor=none;align=center;verticalAlign=middle;rounded=0;fontStyle=1" value="ETHERNET" vertex="1">
          <mxGeometry height="10" width="70" x="70" y="89.5" as="geometry" />
        </mxCell>
        <mxCell id="BUdtJf7oYrrgdLHHiytK-337" parent="BUdtJf7oYrrgdLHHiytK-301" style="shape=switch;whiteSpace=wrap;html=1;fontFamily=Helvetica;fontSize=11;fontColor=default;labelBackgroundColor=default;strokeWidth=2;" value="" vertex="1">
          <mxGeometry height="40" width="40" x="155" y="10" as="geometry" />
        </mxCell>
        <mxCell id="BUdtJf7oYrrgdLHHiytK-340" parent="BUdtJf7oYrrgdLHHiytK-301" style="ellipse;whiteSpace=wrap;html=1;aspect=fixed;strokeColor=none;fillColor=light-dark(#FF3333,#007FFF);fontColor=#ffffff;" value="" vertex="1">
          <mxGeometry height="20" width="20" x="159.5" y="125.5" as="geometry" />
        </mxCell>
        <mxCell id="BUdtJf7oYrrgdLHHiytK-341" parent="BUdtJf7oYrrgdLHHiytK-301" style="ellipse;whiteSpace=wrap;html=1;aspect=fixed;strokeColor=none;fillColor=light-dark(#FF3333,#007FFF);fontColor=#ffffff;" value="" vertex="1">
          <mxGeometry height="20" width="20" x="159.5" y="166.5" as="geometry" />
        </mxCell>
        <mxCell id="BUdtJf7oYrrgdLHHiytK-342" parent="BUdtJf7oYrrgdLHHiytK-301" style="ellipse;whiteSpace=wrap;html=1;aspect=fixed;strokeColor=none;fillColor=light-dark(#FF3333,#007FFF);fontColor=#ffffff;" value="" vertex="1">
          <mxGeometry height="20" width="20" x="159.5" y="206.5" as="geometry" />
        </mxCell>
        <mxCell id="BUdtJf7oYrrgdLHHiytK-347" parent="BUdtJf7oYrrgdLHHiytK-301" style="text;html=1;whiteSpace=wrap;strokeColor=none;fillColor=none;align=center;verticalAlign=middle;rounded=0;fontStyle=1" value="ETHERNET" vertex="1">
          <mxGeometry height="10" width="70" x="70" y="130.5" as="geometry" />
        </mxCell>
        <mxCell id="BUdtJf7oYrrgdLHHiytK-348" parent="BUdtJf7oYrrgdLHHiytK-301" style="text;html=1;whiteSpace=wrap;strokeColor=none;fillColor=none;align=center;verticalAlign=middle;rounded=0;fontStyle=1" value="ETHERNET" vertex="1">
          <mxGeometry height="10" width="70" x="70" y="171.5" as="geometry" />
        </mxCell>
        <mxCell id="BUdtJf7oYrrgdLHHiytK-349" parent="BUdtJf7oYrrgdLHHiytK-301" style="text;html=1;whiteSpace=wrap;strokeColor=none;fillColor=none;align=center;verticalAlign=middle;rounded=0;fontStyle=1" value="ETHERNET" vertex="1">
          <mxGeometry height="10" width="70" x="70" y="211.5" as="geometry" />
        </mxCell>
        <mxCell id="BUdtJf7oYrrgdLHHiytK-354" edge="1" parent="1" source="BUdtJf7oYrrgdLHHiytK-237" style="edgeStyle=orthogonalEdgeStyle;shape=connector;rounded=0;orthogonalLoop=1;jettySize=auto;html=1;entryX=0;entryY=0.5;entryDx=0;entryDy=0;strokeColor=default;strokeWidth=2;align=center;verticalAlign=middle;fontFamily=Helvetica;fontSize=14;fontColor=default;labelBackgroundColor=default;resizable=0;endArrow=classic;endFill=1;" target="BUdtJf7oYrrgdLHHiytK-310">
          <mxGeometry relative="1" as="geometry">
            <Array as="points">
-               <mxPoint x="65" y="1034" />
+               <mxPoint x="65" y="1085" />
+               <mxPoint x="340" y="1085" />
            </Array>
          </mxGeometry>
        </mxCell>
        <UserObject label="&lt;div&gt;Blackmagic ATEM Mini Extreme ISO&lt;/div&gt;Camera switcher" link="https://www.videocraft.com.au/products/blackmagic-design-atem-mini-extreme-iso-live-streaming-camera-switcher" id="BUdtJf7oYrrgdLHHiytK-355">
          <mxCell parent="1" style="swimlane;whiteSpace=wrap;html=1;startSize=60;perimeterSpacing=0;rounded=1;arcSize=6;align=left;spacingLeft=6;swimlaneFillColor=default;strokeWidth=2;fontSize=14;" vertex="1">
-             <mxGeometry height="290" width="370" x="1570" y="240" as="geometry">
+             <mxGeometry height="290" width="370" x="1420" y="240" as="geometry">
              <mxRectangle height="60" width="200" x="330" y="280" as="alternateBounds" />
            </mxGeometry>
          </mxCell>
        </UserObject>
        <mxCell id="BUdtJf7oYrrgdLHHiytK-357" parent="BUdtJf7oYrrgdLHHiytK-355" style="ellipse;whiteSpace=wrap;html=1;aspect=fixed;strokeColor=none;fillColor=#60a917;fontColor=#ffffff;" value="" vertex="1">
          <mxGeometry height="20" width="20" x="330" y="80" as="geometry" />
        </mxCell>
        <mxCell id="BUdtJf7oYrrgdLHHiytK-358" parent="BUdtJf7oYrrgdLHHiytK-355" style="ellipse;whiteSpace=wrap;html=1;aspect=fixed;strokeColor=none;fillColor=#60a917;fontColor=#ffffff;" value="" vertex="1">
          <mxGeometry height="20" width="20" x="330" y="121" as="geometry" />
        </mxCell>
        <mxCell id="BUdtJf7oYrrgdLHHiytK-359" parent="BUdtJf7oYrrgdLHHiytK-355" style="ellipse;whiteSpace=wrap;html=1;aspect=fixed;strokeColor=none;fillColor=#60a917;fontColor=#ffffff;" value="" vertex="1">
          <mxGeometry height="20" width="20" x="330" y="162" as="geometry" />
        </mxCell>
        <mxCell id="BUdtJf7oYrrgdLHHiytK-364" parent="BUdtJf7oYrrgdLHHiytK-355" style="ellipse;whiteSpace=wrap;html=1;aspect=fixed;strokeColor=none;fillColor=light-dark(#FF3333,#FF3333);fontColor=#ffffff;fillStyle=auto;" value="" vertex="1">
          <mxGeometry height="20" width="20" x="20" y="80" as="geometry" />
        </mxCell>
        <mxCell id="BUdtJf7oYrrgdLHHiytK-365" parent="BUdtJf7oYrrgdLHHiytK-355" style="ellipse;whiteSpace=wrap;html=1;aspect=fixed;strokeColor=none;fillColor=light-dark(#FF3333,#FF3333);fontColor=#ffffff;" value="" vertex="1">
          <mxGeometry height="20" width="20" x="20" y="121" as="geometry" />
        </mxCell>
        <mxCell id="BUdtJf7oYrrgdLHHiytK-366" parent="BUdtJf7oYrrgdLHHiytK-355" style="ellipse;whiteSpace=wrap;html=1;aspect=fixed;strokeColor=none;fillColor=light-dark(#FF3333,#FF3333);fontColor=#ffffff;" value="" vertex="1">
          <mxGeometry height="20" width="20" x="20" y="162" as="geometry" />
        </mxCell>
        <mxCell id="BUdtJf7oYrrgdLHHiytK-371" parent="BUdtJf7oYrrgdLHHiytK-355" style="text;html=1;whiteSpace=wrap;strokeColor=none;fillColor=none;align=left;verticalAlign=middle;rounded=0;fontStyle=1" value="HDMI 1" vertex="1">
          <mxGeometry height="14.5" width="50" x="50" y="82.75" as="geometry" />
        </mxCell>
        <mxCell id="BUdtJf7oYrrgdLHHiytK-372" parent="BUdtJf7oYrrgdLHHiytK-355" style="text;html=1;whiteSpace=wrap;strokeColor=none;fillColor=none;align=right;verticalAlign=middle;rounded=0;fontStyle=1" value="HDMI 1" vertex="1">
          <mxGeometry height="14.5" width="50" x="270" y="82.75" as="geometry" />
        </mxCell>
        <mxCell id="BUdtJf7oYrrgdLHHiytK-389" parent="BUdtJf7oYrrgdLHHiytK-355" style="text;html=1;whiteSpace=wrap;strokeColor=none;fillColor=none;align=center;verticalAlign=middle;rounded=0;fontStyle=1" value="ETHERNET" vertex="1">
          <mxGeometry height="29" width="90" x="140" y="200" as="geometry" />
        </mxCell>
        <mxCell id="BUdtJf7oYrrgdLHHiytK-390" parent="BUdtJf7oYrrgdLHHiytK-355" style="ellipse;whiteSpace=wrap;html=1;aspect=fixed;strokeColor=none;fillColor=#007FFF;fontColor=#ffffff;" value="" vertex="1">
          <mxGeometry height="20" width="20" x="175" y="239" as="geometry" />
        </mxCell>
        <mxCell id="BUdtJf7oYrrgdLHHiytK-393" parent="BUdtJf7oYrrgdLHHiytK-355" style="sketch=0;aspect=fixed;pointerEvents=1;shadow=0;dashed=0;html=1;strokeColor=default;labelPosition=center;verticalLabelPosition=bottom;verticalAlign=top;align=center;fillColor=none;shape=mxgraph.mscae.enterprise.usb;fontFamily=Helvetica;fontSize=11;fontColor=default;labelBackgroundColor=default;strokeWidth=2;" value="" vertex="1">
          <mxGeometry height="36.8" width="80" x="269.9999999999998" y="10" as="geometry" />
        </mxCell>
        <mxCell id="BUdtJf7oYrrgdLHHiytK-409" parent="BUdtJf7oYrrgdLHHiytK-355" style="text;html=1;whiteSpace=wrap;strokeColor=none;fillColor=none;align=left;verticalAlign=middle;rounded=0;fontStyle=1" value="HDMI 2" vertex="1">
          <mxGeometry height="14.5" width="50" x="50" y="123.75" as="geometry" />
        </mxCell>
        <mxCell id="BUdtJf7oYrrgdLHHiytK-410" parent="BUdtJf7oYrrgdLHHiytK-355" style="text;html=1;whiteSpace=wrap;strokeColor=none;fillColor=none;align=left;verticalAlign=middle;rounded=0;fontStyle=1" value="HDMI 3" vertex="1">
          <mxGeometry height="14.5" width="50" x="50" y="164.75" as="geometry" />
        </mxCell>
        <mxCell id="BUdtJf7oYrrgdLHHiytK-411" parent="BUdtJf7oYrrgdLHHiytK-355" style="text;html=1;whiteSpace=wrap;strokeColor=none;fillColor=none;align=right;verticalAlign=middle;rounded=0;fontStyle=1" value="HDMI 2" vertex="1">
          <mxGeometry height="14.5" width="50" x="270" y="123.75" as="geometry" />
        </mxCell>
        <mxCell id="BUdtJf7oYrrgdLHHiytK-412" parent="BUdtJf7oYrrgdLHHiytK-355" style="text;html=1;whiteSpace=wrap;strokeColor=none;fillColor=none;align=right;verticalAlign=middle;rounded=0;fontStyle=1" value="HDMI 3" vertex="1">
          <mxGeometry height="14.5" width="50" x="270" y="164.75" as="geometry" />
        </mxCell>
        <UserObject label="&lt;div&gt;HP Monitor&lt;/div&gt;&lt;div&gt;&lt;span style=&quot;font-weight: normal;&quot;&gt;Mac mini desktop&lt;/span&gt;&lt;/div&gt;" id="BUdtJf7oYrrgdLHHiytK-394">
          <mxCell parent="1" style="swimlane;whiteSpace=wrap;html=1;startSize=60;perimeterSpacing=0;rounded=1;arcSize=6;align=left;spacingLeft=6;swimlaneFillColor=default;strokeWidth=2;fontSize=14;" vertex="1">
            <mxGeometry height="120" width="240" x="945" y="770" as="geometry">
              <mxRectangle height="60" width="200" x="330" y="280" as="alternateBounds" />
            </mxGeometry>
          </mxCell>
        </UserObject>
        <mxCell id="BUdtJf7oYrrgdLHHiytK-403" parent="BUdtJf7oYrrgdLHHiytK-394" style="ellipse;whiteSpace=wrap;html=1;aspect=fixed;strokeColor=none;fillColor=light-dark(#FF3333,#FF3333);fontColor=#ffffff;fillStyle=auto;" value="" vertex="1">
          <mxGeometry height="20" width="20" x="20" y="80" as="geometry" />
        </mxCell>
        <mxCell id="BUdtJf7oYrrgdLHHiytK-404" parent="BUdtJf7oYrrgdLHHiytK-394" style="text;html=1;whiteSpace=wrap;strokeColor=none;fillColor=none;align=left;verticalAlign=middle;rounded=0;fontStyle=1" value="HDMI" vertex="1">
          <mxGeometry height="10" width="50" x="50" y="85" as="geometry" />
        </mxCell>
        <mxCell id="BUdtJf7oYrrgdLHHiytK-405" parent="BUdtJf7oYrrgdLHHiytK-394" style="verticalLabelPosition=bottom;html=1;verticalAlign=top;align=center;strokeColor=default;fillColor=none;shape=mxgraph.azure.computer;pointerEvents=1;fontFamily=Helvetica;fontSize=11;fontColor=default;labelBackgroundColor=default;strokeWidth=2;" value="" vertex="1">
          <mxGeometry height="45" width="50" x="180" y="8" as="geometry" />
        </mxCell>
        <mxCell id="BUdtJf7oYrrgdLHHiytK-406" edge="1" parent="1" source="BUdtJf7oYrrgdLHHiytK-285" style="edgeStyle=orthogonalEdgeStyle;shape=connector;rounded=0;orthogonalLoop=1;jettySize=auto;html=1;entryX=0;entryY=0.5;entryDx=0;entryDy=0;strokeColor=default;strokeWidth=2;align=center;verticalAlign=middle;fontFamily=Helvetica;fontSize=14;fontColor=default;labelBackgroundColor=default;resizable=0;endArrow=classic;endFill=1;" target="BUdtJf7oYrrgdLHHiytK-403">
          <mxGeometry relative="1" as="geometry" />
        </mxCell>
        <mxCell id="BUdtJf7oYrrgdLHHiytK-407" edge="1" parent="1" source="BUdtJf7oYrrgdLHHiytK-340" style="edgeStyle=orthogonalEdgeStyle;shape=connector;rounded=0;orthogonalLoop=1;jettySize=auto;html=1;entryX=0.5;entryY=1;entryDx=0;entryDy=0;strokeColor=default;strokeWidth=2;align=center;verticalAlign=middle;fontFamily=Helvetica;fontSize=14;fontColor=default;labelBackgroundColor=default;resizable=0;endArrow=classic;endFill=1;" target="BUdtJf7oYrrgdLHHiytK-195">
          <mxGeometry relative="1" as="geometry" />
        </mxCell>
        <mxCell id="BUdtJf7oYrrgdLHHiytK-408" edge="1" parent="1" source="BUdtJf7oYrrgdLHHiytK-341" style="edgeStyle=orthogonalEdgeStyle;shape=connector;rounded=0;orthogonalLoop=1;jettySize=auto;html=1;entryX=0.5;entryY=1;entryDx=0;entryDy=0;strokeColor=default;strokeWidth=2;align=center;verticalAlign=middle;fontFamily=Helvetica;fontSize=14;fontColor=default;labelBackgroundColor=default;resizable=0;endArrow=classic;endFill=1;" target="BUdtJf7oYrrgdLHHiytK-390">
          <mxGeometry relative="1" as="geometry" />
        </mxCell>
        <UserObject label="&lt;div&gt;HP Monitor&lt;/div&gt;&lt;div&gt;&lt;span style=&quot;font-weight: normal;&quot;&gt;Mac mini desktop&lt;/span&gt;&lt;/div&gt;" id="BUdtJf7oYrrgdLHHiytK-414">
          <mxCell parent="1" style="swimlane;whiteSpace=wrap;html=1;startSize=60;perimeterSpacing=0;rounded=1;arcSize=6;align=left;spacingLeft=6;swimlaneFillColor=default;strokeWidth=2;fontSize=14;" vertex="1">
-             <mxGeometry height="120" width="240" x="2090" y="240" as="geometry">
+             <mxGeometry height="120" width="240" x="1940" y="240" as="geometry">
              <mxRectangle height="60" width="200" x="330" y="280" as="alternateBounds" />
            </mxGeometry>
          </mxCell>
        </UserObject>
        <mxCell id="BUdtJf7oYrrgdLHHiytK-415" parent="BUdtJf7oYrrgdLHHiytK-414" style="ellipse;whiteSpace=wrap;html=1;aspect=fixed;strokeColor=none;fillColor=light-dark(#FF3333,#FF3333);fontColor=#ffffff;fillStyle=auto;" value="" vertex="1">
          <mxGeometry height="20" width="20" x="20" y="80" as="geometry" />
        </mxCell>
        <mxCell id="BUdtJf7oYrrgdLHHiytK-416" parent="BUdtJf7oYrrgdLHHiytK-414" style="text;html=1;whiteSpace=wrap;strokeColor=none;fillColor=none;align=left;verticalAlign=middle;rounded=0;fontStyle=1" value="HDMI" vertex="1">
          <mxGeometry height="10" width="50" x="50" y="85" as="geometry" />
        </mxCell>
        <mxCell id="BUdtJf7oYrrgdLHHiytK-417" parent="BUdtJf7oYrrgdLHHiytK-414" style="verticalLabelPosition=bottom;html=1;verticalAlign=top;align=center;strokeColor=default;fillColor=none;shape=mxgraph.azure.computer;pointerEvents=1;fontFamily=Helvetica;fontSize=11;fontColor=default;labelBackgroundColor=default;strokeWidth=2;" value="" vertex="1">
          <mxGeometry height="45" width="50" x="180" y="8" as="geometry" />
        </mxCell>
        <mxCell id="BUdtJf7oYrrgdLHHiytK-418" edge="1" parent="1" source="BUdtJf7oYrrgdLHHiytK-357" style="edgeStyle=orthogonalEdgeStyle;shape=connector;rounded=0;orthogonalLoop=1;jettySize=auto;html=1;entryX=0;entryY=0.5;entryDx=0;entryDy=0;strokeColor=default;strokeWidth=2;align=center;verticalAlign=middle;fontFamily=Helvetica;fontSize=14;fontColor=default;labelBackgroundColor=default;resizable=0;endArrow=classic;endFill=1;" target="BUdtJf7oYrrgdLHHiytK-415">
          <mxGeometry relative="1" as="geometry" />
        </mxCell>
        <UserObject label="&lt;div&gt;IKAN Monitor&lt;/div&gt;&lt;div&gt;&lt;span style=&quot;font-weight: normal;&quot;&gt;Teleprompter&lt;/span&gt;&lt;/div&gt;" id="BUdtJf7oYrrgdLHHiytK-419">
          <mxCell parent="1" style="swimlane;whiteSpace=wrap;html=1;startSize=60;perimeterSpacing=0;rounded=1;arcSize=6;align=left;spacingLeft=6;swimlaneFillColor=default;strokeWidth=2;fontSize=14;" vertex="1">
-             <mxGeometry height="120" width="240" x="2090" y="400" as="geometry">
+             <mxGeometry height="120" width="240" x="1940" y="400" as="geometry">
              <mxRectangle height="60" width="200" x="330" y="280" as="alternateBounds" />
            </mxGeometry>
          </mxCell>
        </UserObject>
        <mxCell id="BUdtJf7oYrrgdLHHiytK-420" parent="BUdtJf7oYrrgdLHHiytK-419" style="ellipse;whiteSpace=wrap;html=1;aspect=fixed;strokeColor=none;fillColor=light-dark(#FF3333,#FF3333);fontColor=#ffffff;fillStyle=auto;" value="" vertex="1">
          <mxGeometry height="20" width="20" x="20" y="80" as="geometry" />
        </mxCell>
        <mxCell id="BUdtJf7oYrrgdLHHiytK-421" parent="BUdtJf7oYrrgdLHHiytK-419" style="text;html=1;whiteSpace=wrap;strokeColor=none;fillColor=none;align=left;verticalAlign=middle;rounded=0;fontStyle=1" value="HDMI" vertex="1">
          <mxGeometry height="10" width="50" x="50" y="85" as="geometry" />
        </mxCell>
        <mxCell id="BUdtJf7oYrrgdLHHiytK-422" parent="BUdtJf7oYrrgdLHHiytK-419" style="verticalLabelPosition=bottom;html=1;verticalAlign=top;align=center;strokeColor=default;fillColor=none;shape=mxgraph.azure.computer;pointerEvents=1;fontFamily=Helvetica;fontSize=11;fontColor=default;labelBackgroundColor=default;strokeWidth=2;" value="" vertex="1">
          <mxGeometry height="45" width="50" x="180" y="8" as="geometry" />
        </mxCell>
        <mxCell id="BUdtJf7oYrrgdLHHiytK-423" edge="1" parent="1" source="BUdtJf7oYrrgdLHHiytK-358" style="edgeStyle=orthogonalEdgeStyle;shape=connector;rounded=0;orthogonalLoop=1;jettySize=auto;html=1;entryX=0;entryY=0.5;entryDx=0;entryDy=0;strokeColor=default;strokeWidth=2;align=center;verticalAlign=middle;fontFamily=Helvetica;fontSize=14;fontColor=default;labelBackgroundColor=default;resizable=0;endArrow=classic;endFill=1;" target="BUdtJf7oYrrgdLHHiytK-420">
          <mxGeometry relative="1" as="geometry" />
        </mxCell>
      </root>
    </mxGraphModel>
  </diagram>
</mxfile>
